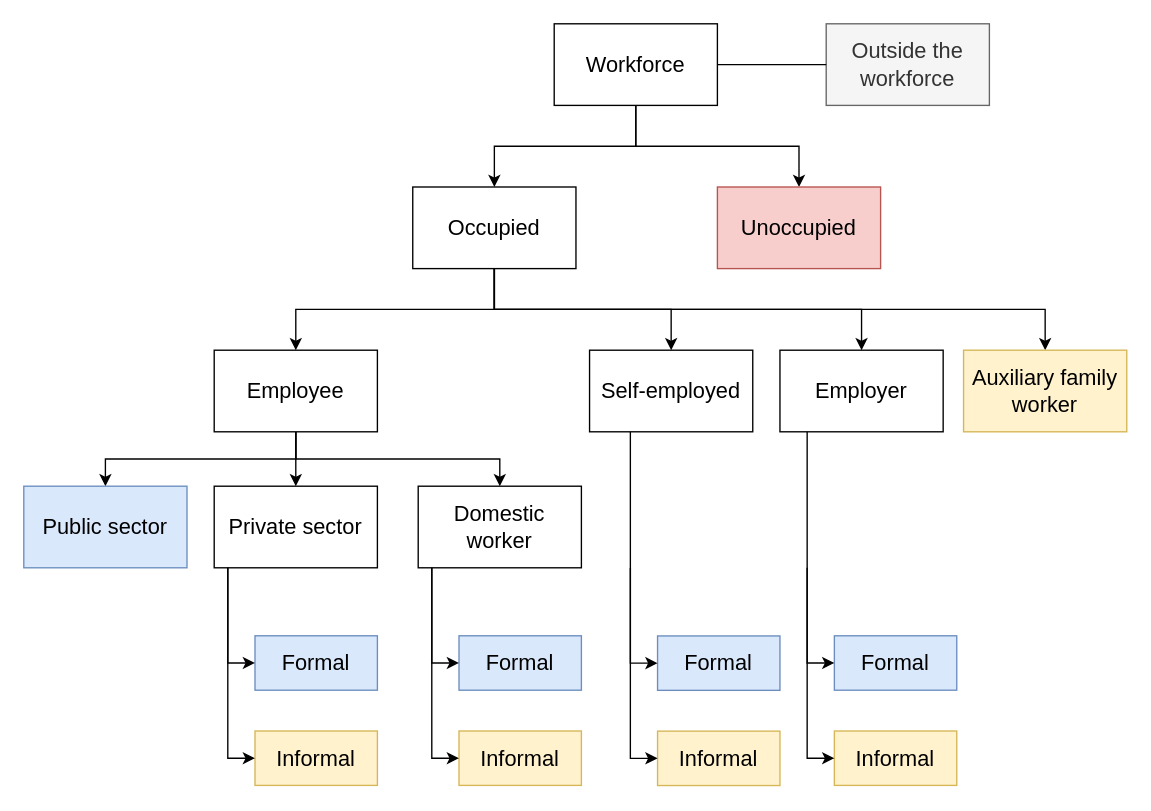
Before: organigrama_colour.drawio in GabZech/Brazil-informality-analysis, a draw.io diagram. Source tidied: cells renumbered, new cells numbered last; positions are measured from the earlier drawing's top-left corner, leaving out a move shared by most shapes. Both pictures are drawn from the tidied source at 136%, with x=0, y=0 at pixel (23, 23).
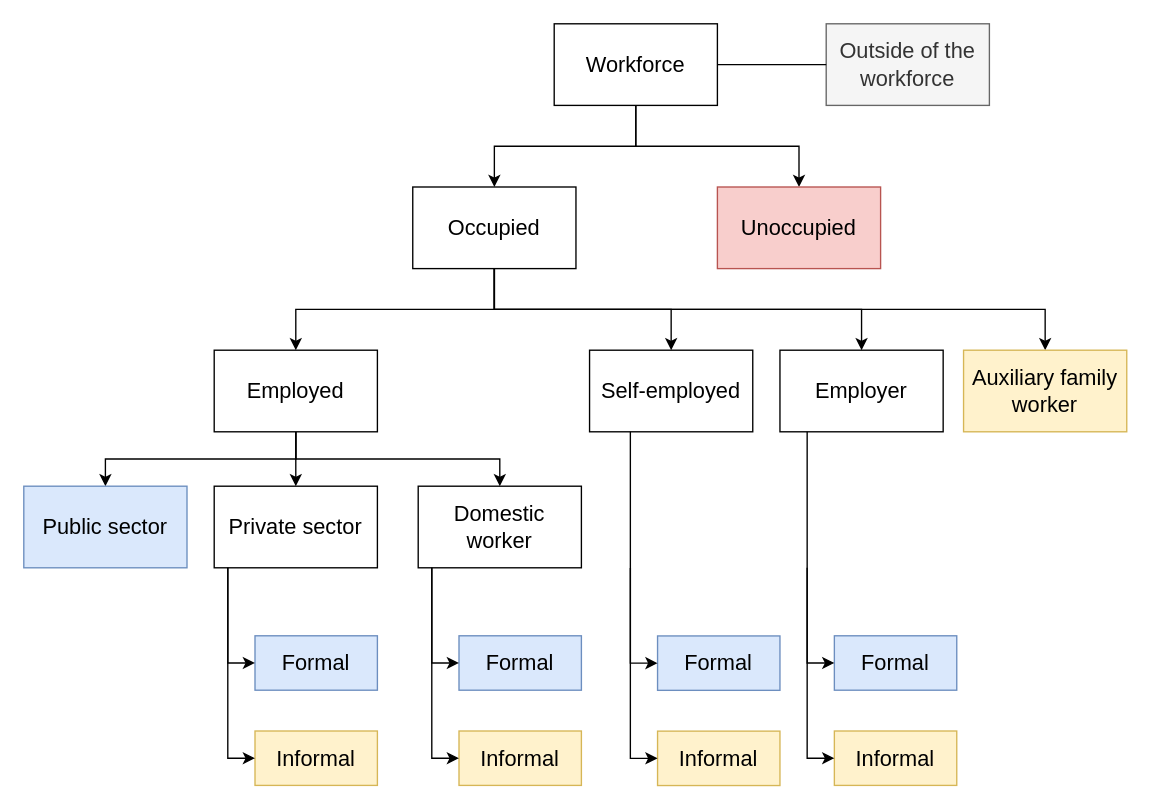
Above is the later version.

Diff of the diagram source:
```diff
@@
-    <mxCell id="5" value="Outside the workforce" style="whiteSpace=wrap;html=1;rounded=0;fontSize=16;fillColor=#f5f5f5;fontColor=#333333;strokeColor=#666666;" parent="1" vertex="1">
+    <mxCell id="5" value="Outside of the workforce" style="whiteSpace=wrap;html=1;rounded=0;fontSize=16;fillColor=#f5f5f5;fontColor=#333333;strokeColor=#666666;" parent="1" vertex="1">
       <mxGeometry x="590" width="120" height="60" as="geometry" />
     </mxCell>
@@
-    <mxCell id="15" value="Employee" style="whiteSpace=wrap;html=1;rounded=0;fontSize=16;" parent="1" vertex="1">
+    <mxCell id="15" value="Employed" style="whiteSpace=wrap;html=1;rounded=0;fontSize=16;" parent="1" vertex="1">
       <mxGeometry x="140" y="240" width="120" height="60" as="geometry" />
     </mxCell>
```
